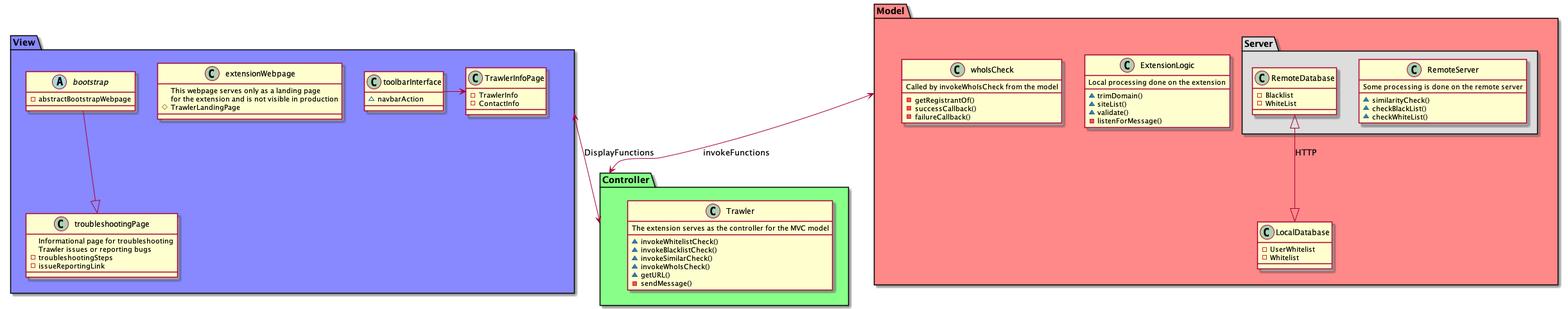
Above: out/MVC/MVC.png in melbing1/Trawler (PlantUML), before the change.
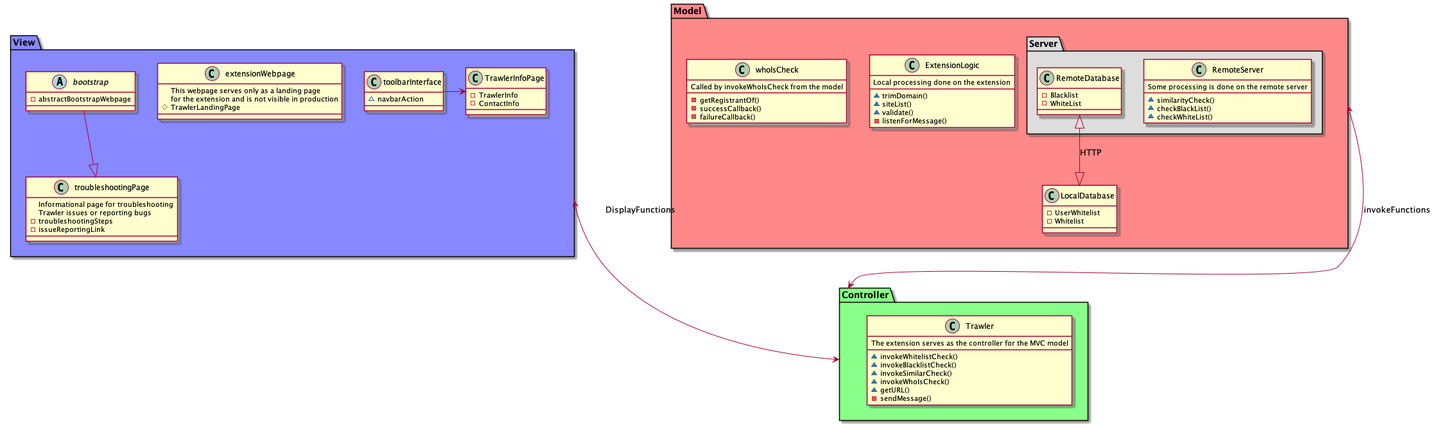
Above is the later version.

Commit message:
Update MVC chart to better view on a powerpoint

The edit, as a diff of the source:
```diff
@@ -75,7 +75,7 @@
     bootstrap --|> troubleshootingPage
 }
 
-Model <--> Controller: invokeFunctions
-View <--> Controller: DisplayFunctions
+Model <---> Controller: invokeFunctions
+View <---> Controller: DisplayFunctions
 
 @enduml
```
